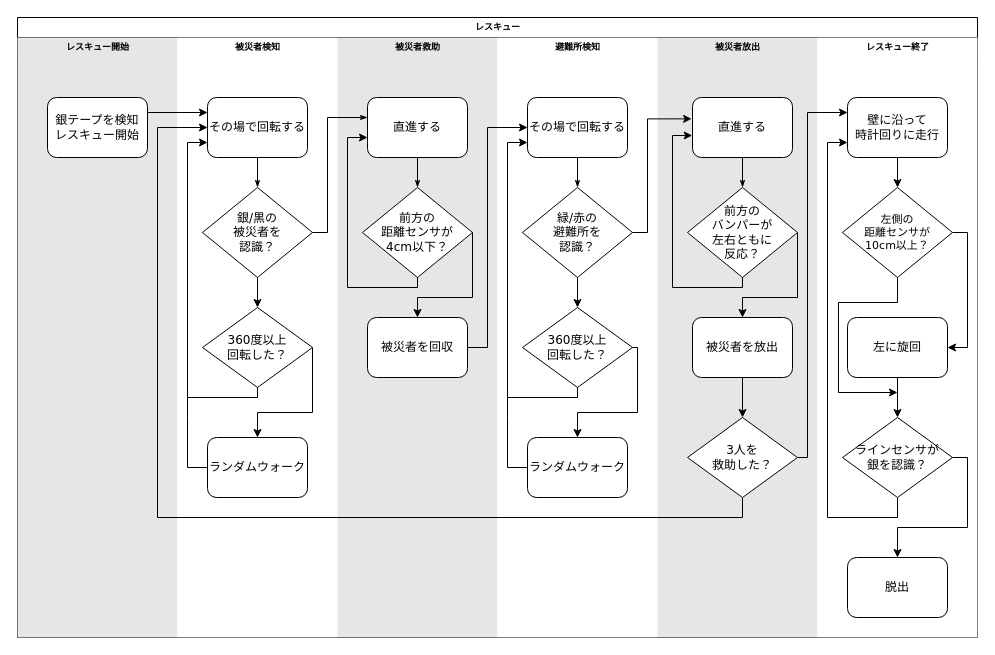
Before: Nagoya2025Rescue.drawio in shuji4649/drawio, a draw.io diagram. Source tidied: cells renumbered, new cells numbered last; positions are measured from the earlier drawing's top-left corner, leaving out a move shared by most shapes. Both pictures are drawn from the tidied source at 100%, with x=0, y=0 at pixel (17, 17).
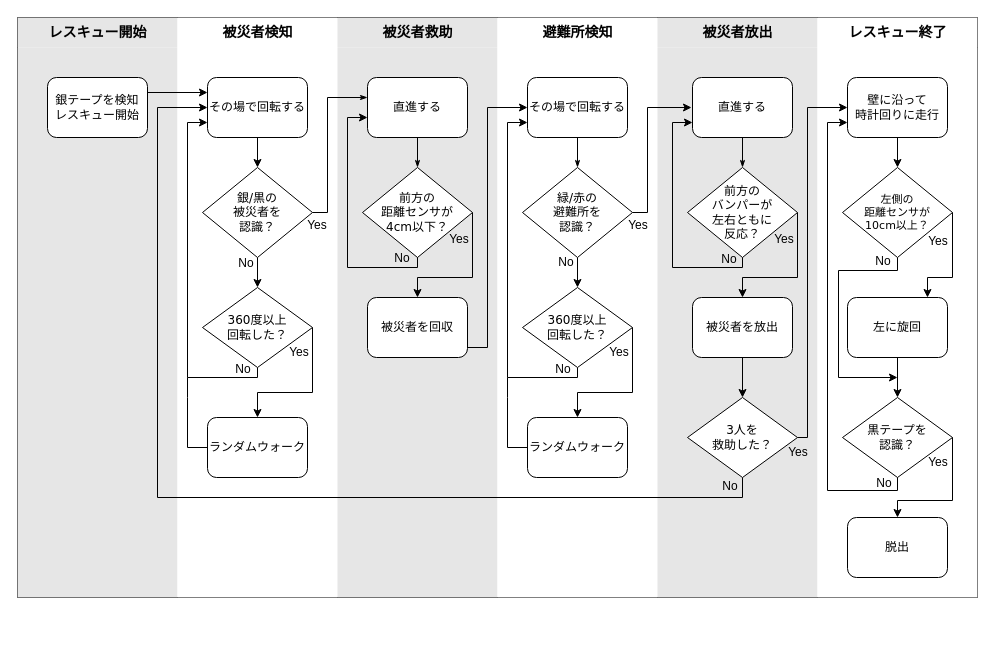
After the change.

Commit message:
Nagoya2025Rescue.drawio を更新します

Unchanged cells that the change refers to:
```xml
<mxCell id="6" value="その場で回転する" style="rounded=1;whiteSpace=wrap;html=1;shadow=0;labelBackgroundColor=none;strokeWidth=1;fontFamily=Verdana;fontSize=12;align=center;" parent="5" vertex="1">
  <mxGeometry x="30" y="60" width="100" height="60" as="geometry" />
</mxCell>
<mxCell id="9" value="銀/黒の&lt;div&gt;被災者を&lt;div&gt;認識？&lt;/div&gt;&lt;/div&gt;" style="rhombus;whiteSpace=wrap;html=1;rounded=0;shadow=0;labelBackgroundColor=none;strokeWidth=1;fontFamily=Verdana;fontSize=12;align=center;" parent="5" vertex="1">
  <mxGeometry x="25" y="150" width="110" height="90" as="geometry" />
</mxCell>
<mxCell id="22" value="被災者を回収" style="rounded=1;whiteSpace=wrap;html=1;shadow=0;labelBackgroundColor=none;strokeWidth=1;fontFamily=Verdana;fontSize=12;align=center;" parent="15" vertex="1">
  <mxGeometry x="30" y="280" width="100" height="60" as="geometry" />
</mxCell>
<mxCell id="25" value="その場で回転する" style="rounded=1;whiteSpace=wrap;html=1;shadow=0;labelBackgroundColor=none;strokeWidth=1;fontFamily=Verdana;fontSize=12;align=center;" parent="23" vertex="1">
  <mxGeometry x="30" y="60" width="100" height="60" as="geometry" />
</mxCell>
<mxCell id="28" value="緑/赤の&lt;div&gt;避難所を&lt;/div&gt;&lt;div&gt;認識？&lt;/div&gt;" style="rhombus;whiteSpace=wrap;html=1;rounded=0;shadow=0;labelBackgroundColor=none;strokeWidth=1;fontFamily=Verdana;fontSize=12;align=center;" parent="23" vertex="1">
  <mxGeometry x="25" y="150" width="110" height="90" as="geometry" />
</mxCell>
<mxCell id="31" value="360度以上&lt;div&gt;回転した？&lt;/div&gt;" style="rhombus;whiteSpace=wrap;html=1;rounded=0;shadow=0;labelBackgroundColor=none;strokeWidth=1;fontFamily=Verdana;fontSize=12;align=center;" parent="23" vertex="1">
  <mxGeometry x="25" y="270" width="110" height="80" as="geometry" />
</mxCell>
<mxCell id="33" value="ランダムウォーク" style="rounded=1;whiteSpace=wrap;html=1;shadow=0;labelBackgroundColor=none;strokeWidth=1;fontFamily=Verdana;fontSize=12;align=center;" parent="23" vertex="1">
  <mxGeometry x="30" y="400" width="100" height="60" as="geometry" />
</mxCell>
<mxCell id="36" value="直進する" style="rounded=1;whiteSpace=wrap;html=1;shadow=0;labelBackgroundColor=none;strokeWidth=1;fontFamily=Verdana;fontSize=12;align=center;" parent="34" vertex="1">
  <mxGeometry x="35" y="60" width="100" height="60" as="geometry" />
</mxCell>
<mxCell id="38" value="前方の&lt;div&gt;バンパーが&lt;div&gt;左右ともに&lt;/div&gt;&lt;div&gt;反応？&lt;/div&gt;&lt;/div&gt;" style="rhombus;whiteSpace=wrap;html=1;rounded=0;shadow=0;labelBackgroundColor=none;strokeWidth=1;fontFamily=Verdana;fontSize=12;align=center;" parent="34" vertex="1">
  <mxGeometry x="30" y="150" width="110" height="90" as="geometry" />
</mxCell>
<mxCell id="43" value="3人を&lt;div&gt;救助した？&lt;/div&gt;" style="rhombus;whiteSpace=wrap;html=1;rounded=0;shadow=0;labelBackgroundColor=none;strokeWidth=1;fontFamily=Verdana;fontSize=12;align=center;" parent="34" vertex="1">
  <mxGeometry x="30" y="380" width="110" height="80" as="geometry" />
</mxCell>
<mxCell id="46" value="壁に沿って&lt;div&gt;時計回りに走行&lt;/div&gt;" style="rounded=1;whiteSpace=wrap;html=1;shadow=0;labelBackgroundColor=none;strokeWidth=1;fontFamily=Verdana;fontSize=12;align=center;" parent="44" vertex="1">
  <mxGeometry x="30" y="60" width="100" height="60" as="geometry" />
</mxCell>
<mxCell id="49" value="左側の&lt;div&gt;距離センサ&lt;span style=&quot;background-color: transparent; color: light-dark(rgb(0, 0, 0), rgb(255, 255, 255));&quot;&gt;が&lt;/span&gt;&lt;div&gt;&lt;span style=&quot;background-color: transparent; color: light-dark(rgb(0, 0, 0), rgb(255, 255, 255));&quot;&gt;10cm以上？&lt;/span&gt;&lt;/div&gt;&lt;/div&gt;" style="rhombus;whiteSpace=wrap;html=1;rounded=0;shadow=0;labelBackgroundColor=none;strokeWidth=1;fontFamily=Verdana;fontSize=11;align=center;" parent="44" vertex="1">
  <mxGeometry x="25" y="150" width="110" height="90" as="geometry" />
</mxCell>
<mxCell id="54" value="左に旋回" style="rounded=1;whiteSpace=wrap;html=1;shadow=0;labelBackgroundColor=none;strokeWidth=1;fontFamily=Verdana;fontSize=12;align=center;" parent="44" vertex="1">
  <mxGeometry x="30" y="280" width="100" height="60" as="geometry" />
</mxCell>
```

Diff of the diagram source:
```diff
@@
-    <mxCell id="2" value="レスキュー" style="swimlane;html=1;startSize=20;rounded=0;shadow=0;labelBackgroundColor=none;strokeWidth=1;fontFamily=Verdana;fontSize=9;align=center;" parent="1" vertex="1">
-      <mxGeometry width="960" height="620" as="geometry" />
+    <mxCell id="2" style="swimlane;html=1;startSize=0;rounded=0;shadow=0;labelBackgroundColor=none;strokeWidth=1;fontFamily=Verdana;fontSize=12;align=center;" parent="1" vertex="1">
+      <mxGeometry width="960" height="580" as="geometry" />
     </mxCell>
-    <mxCell id="3" value="レスキュー開始" style="swimlane;html=1;startSize=20;fillColor=light-dark(#e6e6e6, #161616);swimlaneFillColor=#E6E6E6;strokeColor=none;fontSize=9;" parent="2" vertex="1">
-      <mxGeometry y="20" width="160" height="600" as="geometry" />
+    <mxCell id="3" value="&lt;font&gt;レスキュー開始&lt;/font&gt;" style="swimlane;html=1;startSize=30;fillColor=light-dark(#e6e6e6, #161616);swimlaneFillColor=#E6E6E6;strokeColor=none;fontSize=14;" parent="2" vertex="1">
+      <mxGeometry width="160" height="580" as="geometry" />
     </mxCell>
@@
-    <mxCell id="5" value="被災者検知" style="swimlane;html=1;startSize=20;fillColor=light-dark(#ffffff, #ededed);strokeColor=none;swimlaneFillColor=default;fontSize=9;" parent="2" vertex="1">
-      <mxGeometry x="160" y="20" width="160" height="600" as="geometry" />
+    <mxCell id="5" value="被災者検知" style="swimlane;html=1;startSize=30;fillColor=light-dark(#ffffff, #ededed);strokeColor=none;swimlaneFillColor=default;fontSize=14;" parent="2" vertex="1">
+      <mxGeometry x="160" width="160" height="580" as="geometry" />
     </mxCell>
@@
-    <mxCell id="7" style="edgeStyle=orthogonalEdgeStyle;rounded=1;html=1;labelBackgroundColor=none;startArrow=none;startFill=0;startSize=5;endArrow=classicThin;endFill=1;endSize=5;jettySize=auto;strokeWidth=1;fontFamily=Verdana;fontSize=12;exitX=0.5;exitY=1;exitDx=0;exitDy=0;entryX=0.5;entryY=0;entryDx=0;entryDy=0;" parent="5" edge="1" source="6" target="9">
-      <mxGeometry relative="1" as="geometry" />
-    </mxCell>
@@
+    <mxCell id="60" value="No" style="text;html=1;align=center;verticalAlign=middle;whiteSpace=wrap;rounded=0;" parent="5" vertex="1">
+      <mxGeometry x="49" y="241" width="40" height="10" as="geometry" />
+    </mxCell>
+    <mxCell id="61" value="Yes" style="text;html=1;align=center;verticalAlign=middle;whiteSpace=wrap;rounded=0;" parent="5" vertex="1">
+      <mxGeometry x="120" y="203" width="40" height="10" as="geometry" />
+    </mxCell>
+    <mxCell id="62" value="No" style="text;html=1;align=center;verticalAlign=middle;whiteSpace=wrap;rounded=0;" parent="5" vertex="1">
+      <mxGeometry x="46" y="347" width="40" height="10" as="geometry" />
+    </mxCell>
+    <mxCell id="63" value="Yes" style="text;html=1;align=center;verticalAlign=middle;whiteSpace=wrap;rounded=0;" parent="5" vertex="1">
+      <mxGeometry x="102" y="330" width="40" height="10" as="geometry" />
+    </mxCell>
+    <mxCell id="7" style="endArrow=classic;html=1;rounded=0;exitX=0.5;exitY=1;exitDx=0;exitDy=0;" parent="5" edge="1" source="6" target="9">
+      <mxGeometry relative="1" as="geometry" />
+    </mxCell>
-    <mxCell id="15" value="被災者救助" style="swimlane;html=1;startSize=20;fillColor=light-dark(#e6e6e6, #161616);strokeColor=none;swimlaneFillColor=#E6E6E6;fontSize=9;" parent="2" vertex="1">
-      <mxGeometry x="320" y="20" width="160" height="600" as="geometry" />
+    <mxCell id="15" value="被災者救助" style="swimlane;html=1;startSize=30;fillColor=light-dark(#e6e6e6, #161616);strokeColor=none;swimlaneFillColor=#E6E6E6;fontSize=14;" parent="2" vertex="1">
+      <mxGeometry x="320" width="160" height="580" as="geometry" />
     </mxCell>
@@
+    <mxCell id="64" value="No" style="text;html=1;align=center;verticalAlign=middle;whiteSpace=wrap;rounded=0;" parent="15" vertex="1">
+      <mxGeometry x="45" y="236" width="40" height="10" as="geometry" />
+    </mxCell>
+    <mxCell id="65" value="Yes" style="text;html=1;align=center;verticalAlign=middle;whiteSpace=wrap;rounded=0;" parent="15" vertex="1">
+      <mxGeometry x="102" y="217" width="40" height="10" as="geometry" />
+    </mxCell>
-    <mxCell id="23" value="避難所検知" style="swimlane;html=1;startSize=20;fillColor=light-dark(#ffffff, #ededed);strokeColor=none;swimlaneFillColor=default;fontSize=9;" parent="2" vertex="1">
-      <mxGeometry x="480" y="20" width="160" height="600" as="geometry" />
+    <mxCell id="23" value="避難所検知" style="swimlane;html=1;startSize=30;fillColor=light-dark(#ffffff, #ededed);strokeColor=none;swimlaneFillColor=default;fontSize=14;" parent="2" vertex="1">
+      <mxGeometry x="480" width="160" height="580" as="geometry" />
     </mxCell>
@@
     <mxCell id="30" style="edgeStyle=orthogonalEdgeStyle;rounded=0;jettySize=auto;html=1;exitX=1;exitY=0.5;exitDx=0;exitDy=0;entryX=0.5;entryY=0;entryDx=0;entryDy=0;fontSize=12;" parent="23" edge="1" source="31" target="33">
       <mxGeometry relative="1" as="geometry">
         <Array as="points">
-          <mxPoint x="140" y="310" />
-          <mxPoint x="140" y="375" />
+          <mxPoint x="135" y="375" />
           <mxPoint x="80" y="375" />
         </Array>
       </mxGeometry>
     </mxCell>
@@
+    <mxCell id="66" value="No" style="text;html=1;align=center;verticalAlign=middle;whiteSpace=wrap;rounded=0;" parent="23" vertex="1">
+      <mxGeometry x="46" y="347" width="40" height="10" as="geometry" />
+    </mxCell>
+    <mxCell id="67" value="Yes" style="text;html=1;align=center;verticalAlign=middle;whiteSpace=wrap;rounded=0;" parent="23" vertex="1">
+      <mxGeometry x="102" y="330" width="40" height="10" as="geometry" />
+    </mxCell>
+    <mxCell id="68" value="No" style="text;html=1;align=center;verticalAlign=middle;whiteSpace=wrap;rounded=0;" parent="23" vertex="1">
+      <mxGeometry x="49" y="240" width="40" height="10" as="geometry" />
+    </mxCell>
+    <mxCell id="69" value="Yes" style="text;html=1;align=center;verticalAlign=middle;whiteSpace=wrap;rounded=0;" parent="23" vertex="1">
+      <mxGeometry x="121" y="203" width="40" height="10" as="geometry" />
+    </mxCell>
-    <mxCell id="34" value="被災者放出" style="swimlane;html=1;startSize=20;fillColor=light-dark(#e6e6e6, #161616);strokeColor=none;swimlaneFillColor=#E6E6E6;fontSize=9;" parent="2" vertex="1">
-      <mxGeometry x="640" y="20" width="160" height="600" as="geometry" />
+    <mxCell id="34" value="被災者放出" style="swimlane;html=1;startSize=30;fillColor=light-dark(#e6e6e6, #161616);strokeColor=none;swimlaneFillColor=#E6E6E6;fontSize=14;" parent="2" vertex="1">
+      <mxGeometry x="640" width="160" height="580" as="geometry" />
     </mxCell>
@@
-    <mxCell id="41" style="edgeStyle=orthogonalEdgeStyle;rounded=0;jettySize=auto;html=1;exitX=0.5;exitY=1;exitDx=0;exitDy=0;entryX=-0.003;entryY=0.633;entryDx=0;entryDy=0;entryPerimeter=0;fontSize=12;" parent="34" edge="1" source="38" target="36">
+    <mxCell id="41" style="edgeStyle=orthogonalEdgeStyle;rounded=0;jettySize=auto;html=1;exitX=0.5;exitY=1;exitDx=0;exitDy=0;fontSize=12;entryX=0;entryY=0.75;entryDx=0;entryDy=0;" parent="34" edge="1" source="38" target="36">
       <mxGeometry relative="1" as="geometry">
         <Array as="points">
           <mxPoint x="85" y="250" />
           <mxPoint x="15" y="250" />
-          <mxPoint x="15" y="98" />
+          <mxPoint x="15" y="105" />
         </Array>
       </mxGeometry>
     </mxCell>
@@
+    <mxCell id="70" value="No" style="text;html=1;align=center;verticalAlign=middle;whiteSpace=wrap;rounded=0;" parent="34" vertex="1">
+      <mxGeometry x="52" y="237" width="40" height="10" as="geometry" />
+    </mxCell>
+    <mxCell id="71" value="Yes" style="text;html=1;align=center;verticalAlign=middle;whiteSpace=wrap;rounded=0;" parent="34" vertex="1">
+      <mxGeometry x="107" y="217" width="40" height="10" as="geometry" />
+    </mxCell>
+    <mxCell id="72" value="No" style="text;html=1;align=center;verticalAlign=middle;whiteSpace=wrap;rounded=0;" parent="34" vertex="1">
+      <mxGeometry x="53" y="464.4" width="40" height="10" as="geometry" />
+    </mxCell>
+    <mxCell id="73" value="Yes" style="text;html=1;align=center;verticalAlign=middle;whiteSpace=wrap;rounded=0;" parent="34" vertex="1">
+      <mxGeometry x="121" y="430" width="40" height="10" as="geometry" />
+    </mxCell>
-    <mxCell id="44" value="レスキュー終了" style="swimlane;html=1;startSize=20;fillColor=light-dark(#ffffff, #ededed);strokeColor=none;swimlaneFillColor=default;fontSize=9;" parent="2" vertex="1">
-      <mxGeometry x="800" y="20" width="160" height="600" as="geometry" />
+    <mxCell id="44" value="レスキュー終了" style="swimlane;html=1;startSize=30;fillColor=light-dark(#ffffff, #ededed);strokeColor=none;swimlaneFillColor=default;fontSize=14;" parent="2" vertex="1">
+      <mxGeometry x="800" width="160" height="580" as="geometry" />
     </mxCell>
@@
-    <mxCell id="47" style="edgeStyle=orthogonalEdgeStyle;rounded=0;jettySize=auto;html=1;exitX=1;exitY=0.5;exitDx=0;exitDy=0;entryX=1;entryY=0.5;entryDx=0;entryDy=0;fontSize=12;" parent="44" edge="1" source="49" target="54">
+    <mxCell id="47" style="edgeStyle=orthogonalEdgeStyle;rounded=0;jettySize=auto;html=1;exitX=1;exitY=0.5;exitDx=0;exitDy=0;fontSize=12;" parent="44" edge="1" source="49">
       <mxGeometry relative="1" as="geometry">
+        <mxPoint x="110" y="280" as="targetPoint" />
         <Array as="points">
-          <mxPoint x="150" y="195" />
-          <mxPoint x="150" y="310" />
+          <mxPoint x="135" y="260" />
+          <mxPoint x="110" y="260" />
         </Array>
       </mxGeometry>
     </mxCell>
     <mxCell id="48" style="edgeStyle=orthogonalEdgeStyle;rounded=0;jettySize=auto;html=1;exitX=0.5;exitY=1;exitDx=0;exitDy=0;fontSize=12;" parent="44" edge="1" source="49">
       <mxGeometry relative="1" as="geometry">
-        <mxPoint x="80" y="355" as="targetPoint" />
+        <mxPoint x="80" y="360" as="targetPoint" />
         <Array as="points">
-          <mxPoint x="80" y="265" />
-          <mxPoint x="21" y="265" />
-          <mxPoint x="21" y="355" />
+          <mxPoint x="80" y="253" />
+          <mxPoint x="21" y="253" />
+          <mxPoint x="21" y="360" />
         </Array>
       </mxGeometry>
     </mxCell>
@@
-    <mxCell id="50" style="edgeStyle=orthogonalEdgeStyle;rounded=0;jettySize=auto;html=1;exitX=0.5;exitY=1;exitDx=0;exitDy=0;entryX=0;entryY=0.75;entryDx=0;entryDy=0;fontSize=12;" parent="44" edge="1" source="52" target="46">
-      <mxGeometry relative="1" as="geometry" />
-    </mxCell>
-    <mxCell id="51" style="edgeStyle=orthogonalEdgeStyle;rounded=0;jettySize=auto;html=1;exitX=1;exitY=0.5;exitDx=0;exitDy=0;entryX=0.5;entryY=0;entryDx=0;entryDy=0;fontSize=12;" parent="44" edge="1" source="52" target="55">
-      <mxGeometry relative="1" as="geometry">
-        <Array as="points">
-          <mxPoint x="150" y="420" />
-          <mxPoint x="150" y="490" />
-          <mxPoint x="80" y="490" />
-        </Array>
-      </mxGeometry>
-    </mxCell>
-    <mxCell id="52" value="ラインセンサが&lt;div&gt;銀を認識？&lt;/div&gt;" style="rhombus;whiteSpace=wrap;html=1;rounded=0;shadow=0;labelBackgroundColor=none;strokeWidth=1;fontFamily=Verdana;fontSize=12;align=center;" parent="44" vertex="1">
+    <mxCell id="52" value="黒テープを&lt;div&gt;認識？&lt;/div&gt;" style="rhombus;whiteSpace=wrap;html=1;rounded=0;shadow=0;labelBackgroundColor=none;strokeWidth=1;fontFamily=Verdana;fontSize=12;align=center;" parent="44" vertex="1">
       <mxGeometry x="25" y="380" width="110" height="80" as="geometry" />
     </mxCell>
@@
     <mxCell id="55" value="脱出" style="rounded=1;whiteSpace=wrap;html=1;shadow=0;labelBackgroundColor=none;strokeWidth=1;fontFamily=Verdana;fontSize=12;align=center;" parent="44" vertex="1">
-      <mxGeometry x="30" y="520" width="100" height="60" as="geometry" />
+      <mxGeometry x="30" y="500" width="100" height="60" as="geometry" />
     </mxCell>
+    <mxCell id="51" style="endArrow=classic;html=1;rounded=0;entryX=0.5;entryY=0;entryDx=0;entryDy=0;exitX=1;exitY=0.5;exitDx=0;exitDy=0;" parent="44" edge="1" source="52" target="55">
+      <mxGeometry relative="1" as="geometry">
+        <Array as="points">
+          <mxPoint x="135" y="483" />
+          <mxPoint x="80" y="483" />
+        </Array>
+      </mxGeometry>
+    </mxCell>
+    <mxCell id="74" value="No" style="text;html=1;align=center;verticalAlign=middle;whiteSpace=wrap;rounded=0;" parent="44" vertex="1">
+      <mxGeometry x="46" y="239" width="40" height="10" as="geometry" />
+    </mxCell>
+    <mxCell id="75" value="Yes" style="text;html=1;align=center;verticalAlign=middle;whiteSpace=wrap;rounded=0;" parent="44" vertex="1">
+      <mxGeometry x="101" y="219" width="40" height="10" as="geometry" />
+    </mxCell>
+    <mxCell id="50" style="endArrow=classic;html=1;rounded=0;exitX=0.5;exitY=1;exitDx=0;exitDy=0;entryX=0;entryY=0.75;entryDx=0;entryDy=0;" parent="44" edge="1" source="52" target="46">
+      <mxGeometry relative="1" as="geometry">
+        <Array as="points">
+          <mxPoint x="80" y="473" />
+          <mxPoint x="10" y="473" />
+          <mxPoint x="10" y="105" />
+        </Array>
+      </mxGeometry>
+    </mxCell>
+    <mxCell id="76" value="No" style="text;html=1;align=center;verticalAlign=middle;whiteSpace=wrap;rounded=0;" parent="44" vertex="1">
+      <mxGeometry x="47" y="461" width="40" height="10" as="geometry" />
+    </mxCell>
+    <mxCell id="77" value="Yes" style="text;html=1;align=center;verticalAlign=middle;whiteSpace=wrap;rounded=0;" parent="44" vertex="1">
+      <mxGeometry x="101" y="440" width="40" height="10" as="geometry" />
+    </mxCell>
@@
     <mxCell id="57" style="edgeStyle=orthogonalEdgeStyle;rounded=0;jettySize=auto;html=1;exitX=1;exitY=0.5;exitDx=0;exitDy=0;entryX=0;entryY=0.5;entryDx=0;entryDy=0;fontSize=12;" parent="2" edge="1" source="22" target="25">
       <mxGeometry relative="1" as="geometry">
         <Array as="points">
+          <mxPoint x="450" y="330" />
           <mxPoint x="470" y="330" />
-          <mxPoint x="470" y="110" />
+          <mxPoint x="470" y="90" />
         </Array>
       </mxGeometry>
     </mxCell>
-    <mxCell id="58" style="edgeStyle=orthogonalEdgeStyle;rounded=0;jettySize=auto;html=1;exitX=1;exitY=0.5;exitDx=0;exitDy=0;entryX=-0.009;entryY=0.356;entryDx=0;entryDy=0;entryPerimeter=0;fontSize=12;" parent="2" edge="1" source="28" target="36">
+    <mxCell id="58" style="edgeStyle=orthogonalEdgeStyle;rounded=0;jettySize=auto;html=1;exitX=1;exitY=0.5;exitDx=0;exitDy=0;fontSize=12;" parent="2" edge="1" source="28">
       <mxGeometry relative="1" as="geometry">
+        <mxPoint x="674" y="90" as="targetPoint" />
         <Array as="points">
-          <mxPoint x="630" y="215" />
-          <mxPoint x="630" y="101" />
+          <mxPoint x="630" y="195" />
+          <mxPoint x="630" y="90" />
         </Array>
       </mxGeometry>
     </mxCell>
-    <mxCell id="59" style="edgeStyle=orthogonalEdgeStyle;rounded=0;jettySize=auto;html=1;exitX=1;exitY=0.5;exitDx=0;exitDy=0;entryX=0;entryY=0.25;entryDx=0;entryDy=0;fontSize=12;" parent="2" edge="1" source="43" target="46">
+    <mxCell id="59" style="edgeStyle=orthogonalEdgeStyle;rounded=0;jettySize=auto;html=1;exitX=1;exitY=0.5;exitDx=0;exitDy=0;entryX=0;entryY=0.5;entryDx=0;entryDy=0;fontSize=12;" parent="2" edge="1" source="43" target="46">
       <mxGeometry relative="1" as="geometry">
         <Array as="points">
-          <mxPoint x="790" y="440" />
-          <mxPoint x="790" y="95" />
+          <mxPoint x="790" y="420" />
+          <mxPoint x="790" y="90" />
         </Array>
       </mxGeometry>
     </mxCell>
```
